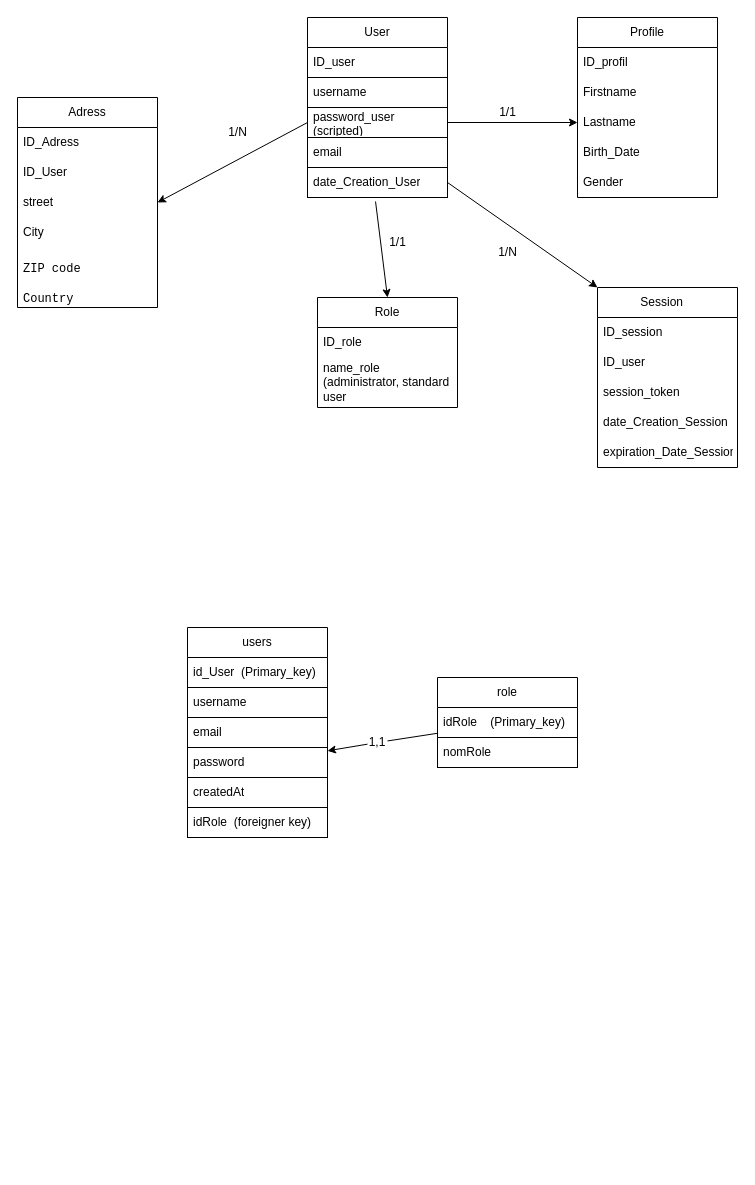
The draw.io diagram mcdCompte.drawio in TimotheeCresson/Projet-Crochet, before the edit. Source tidied: cells renumbered, new cells numbered last; positions are measured from the earlier drawing's top-left corner, leaving out a move shared by most shapes. Both pictures are drawn from the tidied source at 100%, with x=0, y=0 at pixel (17, 17).
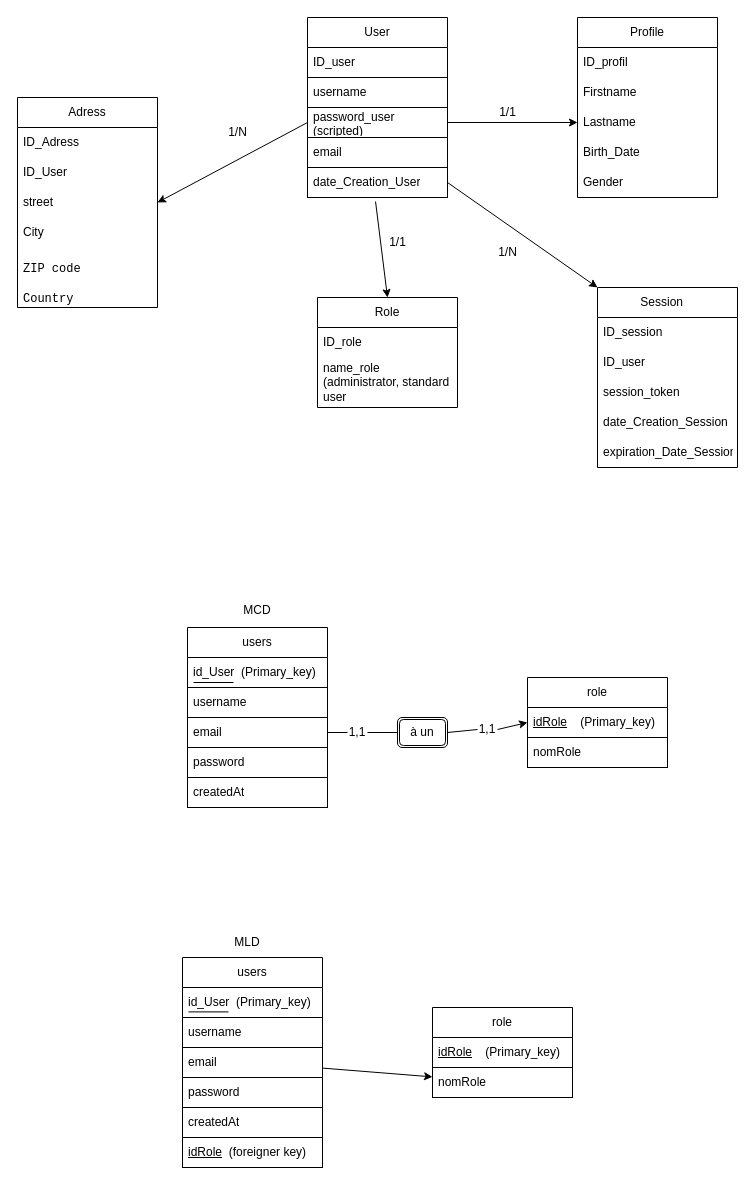
The same page after the edit.

The change refers to these unchanged cells:
```xml
<mxCell id="38" value="users" style="swimlane;fontStyle=0;horizontal=1;startSize=30;whiteSpace=wrap;html=1;" parent="1" vertex="1">
  <mxGeometry x="170" y="610" width="140" height="180" as="geometry" />
</mxCell>
<mxCell id="41" value="email" style="text;strokeColor=default;fillColor=none;align=left;verticalAlign=middle;spacingLeft=4;spacingRight=4;overflow=hidden;points=[[0,0.5],[1,0.5]];portConstraint=eastwest;whiteSpace=wrap;html=1;" parent="38" vertex="1">
  <mxGeometry y="90" width="140" height="30" as="geometry" />
</mxCell>
<mxCell id="42" value="password" style="text;strokeColor=default;fillColor=none;align=left;verticalAlign=middle;spacingLeft=4;spacingRight=4;overflow=hidden;points=[[0,0.5],[1,0.5]];portConstraint=eastwest;whiteSpace=wrap;html=1;" parent="38" vertex="1">
  <mxGeometry y="120" width="140" height="30" as="geometry" />
</mxCell>
```

What changed in the source:
```diff
@@
+    <mxCell id="51" style="endArrow=none;html=1;" parent="38" edge="1">
+      <mxGeometry relative="1" as="geometry">
+        <mxPoint x="6" y="55" as="sourcePoint" />
+        <mxPoint x="46" y="55" as="targetPoint" />
+      </mxGeometry>
+    </mxCell>
@@
-    <mxCell id="44" value="idRole&amp;nbsp; (foreigner key)" style="text;strokeColor=default;fillColor=none;align=left;verticalAlign=middle;spacingLeft=4;spacingRight=4;overflow=hidden;whiteSpace=wrap;html=1;" parent="1" vertex="1">
-      <mxGeometry x="170" y="790" width="140" height="30" as="geometry" />
-    </mxCell>
     <mxCell id="45" value="role" style="swimlane;fontStyle=0;horizontal=1;startSize=30;whiteSpace=wrap;html=1;" parent="1" vertex="1">
-      <mxGeometry x="420" y="660" width="140" height="90" as="geometry" />
+      <mxGeometry x="510" y="660" width="140" height="90" as="geometry" />
     </mxCell>
-    <mxCell id="46" value="idRole&amp;nbsp; &amp;nbsp;&amp;nbsp;(Primary_key)" style="text;strokeColor=none;fillColor=none;align=left;verticalAlign=middle;spacingLeft=4;spacingRight=4;overflow=hidden;points=[[0,0.5],[1,0.5]];portConstraint=eastwest;whiteSpace=wrap;html=1;" parent="45" vertex="1">
+    <mxCell id="46" value="&lt;u&gt;idRole&lt;/u&gt;&amp;nbsp; &amp;nbsp;&amp;nbsp;(Primary_key)" style="text;strokeColor=none;fillColor=none;align=left;verticalAlign=middle;spacingLeft=4;spacingRight=4;overflow=hidden;points=[[0,0.5],[1,0.5]];portConstraint=eastwest;whiteSpace=wrap;html=1;" parent="45" vertex="1">
       <mxGeometry y="30" width="140" height="30" as="geometry" />
     </mxCell>
@@
-    <mxCell id="48" style="edgeStyle=none;html=1;startArrow=none;" parent="1" edge="1" source="50" target="42">
-      <mxGeometry relative="1" as="geometry" />
-    </mxCell>
-    <mxCell id="49" style="edgeStyle=none;html=1;endArrow=none;" parent="1" edge="1" source="46" target="50">
-      <mxGeometry relative="1" as="geometry" />
-    </mxCell>
-    <mxCell id="50" value="1,1" style="text;strokeColor=none;align=center;fillColor=none;html=1;verticalAlign=middle;whiteSpace=wrap;rounded=0;" parent="1" vertex="1">
-      <mxGeometry x="350" y="710" width="20" height="30" as="geometry" />
-    </mxCell>
+    <mxCell id="52" value="users" style="swimlane;fontStyle=0;horizontal=1;startSize=30;whiteSpace=wrap;html=1;" parent="1" vertex="1">
+      <mxGeometry x="165" y="940" width="140" height="180" as="geometry" />
+    </mxCell>
+    <mxCell id="53" value="id_User&amp;nbsp; (Primary_key)" style="text;strokeColor=none;fillColor=none;align=left;verticalAlign=middle;spacingLeft=4;spacingRight=4;overflow=hidden;whiteSpace=wrap;html=1;" parent="52" vertex="1">
+      <mxGeometry y="30" width="140" height="30" as="geometry" />
+    </mxCell>
+    <mxCell id="54" style="endArrow=none;html=1;" parent="52" edge="1">
+      <mxGeometry relative="1" as="geometry">
+        <mxPoint x="6" y="54.4" as="sourcePoint" />
+        <mxPoint x="46" y="54.4" as="targetPoint" />
+      </mxGeometry>
+    </mxCell>
+    <mxCell id="55" value="username&lt;br&gt;" style="text;strokeColor=default;fillColor=none;align=left;verticalAlign=middle;spacingLeft=4;spacingRight=4;overflow=hidden;whiteSpace=wrap;html=1;" parent="52" vertex="1">
+      <mxGeometry y="60" width="140" height="30" as="geometry" />
+    </mxCell>
+    <mxCell id="56" value="email" style="text;strokeColor=default;fillColor=none;align=left;verticalAlign=middle;spacingLeft=4;spacingRight=4;overflow=hidden;points=[[0,0.5],[1,0.5]];portConstraint=eastwest;whiteSpace=wrap;html=1;" parent="52" vertex="1">
+      <mxGeometry y="90" width="140" height="30" as="geometry" />
+    </mxCell>
+    <mxCell id="57" value="password" style="text;strokeColor=default;fillColor=none;align=left;verticalAlign=middle;spacingLeft=4;spacingRight=4;overflow=hidden;whiteSpace=wrap;html=1;" parent="52" vertex="1">
+      <mxGeometry y="120" width="140" height="30" as="geometry" />
+    </mxCell>
+    <mxCell id="58" value="createdAt" style="text;strokeColor=default;fillColor=none;align=left;verticalAlign=middle;spacingLeft=4;spacingRight=4;overflow=hidden;whiteSpace=wrap;html=1;" parent="52" vertex="1">
+      <mxGeometry y="150" width="140" height="30" as="geometry" />
+    </mxCell>
+    <mxCell id="44" value="&lt;u&gt;idRole&lt;/u&gt;&amp;nbsp; (foreigner key)" style="text;strokeColor=default;fillColor=none;align=left;verticalAlign=middle;spacingLeft=4;spacingRight=4;overflow=hidden;whiteSpace=wrap;html=1;" parent="1" vertex="1">
+      <mxGeometry x="165" y="1120" width="140" height="30" as="geometry" />
+    </mxCell>
+    <mxCell id="59" value="role" style="swimlane;fontStyle=0;horizontal=1;startSize=30;whiteSpace=wrap;html=1;" parent="1" vertex="1">
+      <mxGeometry x="415" y="990" width="140" height="90" as="geometry" />
+    </mxCell>
+    <mxCell id="60" value="&lt;u&gt;idRole&lt;/u&gt;&amp;nbsp; &amp;nbsp;&amp;nbsp;(Primary_key)" style="text;strokeColor=none;fillColor=none;align=left;verticalAlign=middle;spacingLeft=4;spacingRight=4;overflow=hidden;whiteSpace=wrap;html=1;" parent="59" vertex="1">
+      <mxGeometry y="30" width="140" height="30" as="geometry" />
+    </mxCell>
+    <mxCell id="61" value="nomRole" style="text;strokeColor=default;fillColor=none;align=left;verticalAlign=middle;spacingLeft=4;spacingRight=4;overflow=hidden;points=[[0,0.5],[1,0.5]];portConstraint=eastwest;whiteSpace=wrap;html=1;" parent="59" vertex="1">
+      <mxGeometry y="60" width="140" height="30" as="geometry" />
+    </mxCell>
+    <mxCell id="62" style="edgeStyle=none;html=1;" parent="1" edge="1" source="56" target="61">
+      <mxGeometry relative="1" as="geometry" />
+    </mxCell>
+    <mxCell id="63" value="MLD" style="text;strokeColor=none;align=center;fillColor=none;html=1;verticalAlign=middle;whiteSpace=wrap;rounded=0;" parent="1" vertex="1">
+      <mxGeometry x="200" y="910" width="60" height="30" as="geometry" />
+    </mxCell>
+    <mxCell id="64" style="edgeStyle=none;html=1;exitX=1;exitY=0.5;exitDx=0;exitDy=0;entryX=0;entryY=0.5;entryDx=0;entryDy=0;startArrow=none;" parent="1" edge="1" source="70" target="46">
+      <mxGeometry relative="1" as="geometry" />
+    </mxCell>
+    <mxCell id="65" style="edgeStyle=none;html=1;exitX=1;exitY=0.5;exitDx=0;exitDy=0;entryX=0;entryY=0.5;entryDx=0;entryDy=0;endArrow=none;" parent="1" edge="1" source="41" target="66">
+      <mxGeometry relative="1" as="geometry" />
+    </mxCell>
+    <mxCell id="66" value="1,1" style="text;strokeColor=none;align=center;fillColor=none;html=1;verticalAlign=middle;whiteSpace=wrap;rounded=0;" parent="1" vertex="1">
+      <mxGeometry x="330" y="700" width="20" height="30" as="geometry" />
+    </mxCell>
+    <mxCell id="67" style="edgeStyle=none;html=1;exitX=1;exitY=0.5;exitDx=0;exitDy=0;entryX=0;entryY=0.5;entryDx=0;entryDy=0;startArrow=none;endArrow=none;" parent="1" edge="1" source="66" target="68">
+      <mxGeometry relative="1" as="geometry" />
+    </mxCell>
+    <mxCell id="68" value="à un" style="shape=ext;double=1;rounded=1;whiteSpace=wrap;html=1;" parent="1" vertex="1">
+      <mxGeometry x="380" y="700" width="50" height="30" as="geometry" />
+    </mxCell>
+    <mxCell id="69" style="edgeStyle=none;html=1;exitX=1;exitY=0.5;exitDx=0;exitDy=0;entryX=0;entryY=0.5;entryDx=0;entryDy=0;startArrow=none;endArrow=none;" parent="1" edge="1" source="68" target="70">
+      <mxGeometry relative="1" as="geometry" />
+    </mxCell>
+    <mxCell id="70" value="1,1" style="text;strokeColor=none;align=center;fillColor=none;html=1;verticalAlign=middle;whiteSpace=wrap;rounded=0;" parent="1" vertex="1">
+      <mxGeometry x="460" y="697" width="20" height="30" as="geometry" />
+    </mxCell>
+    <mxCell id="71" value="MCD" style="text;strokeColor=none;align=center;fillColor=none;html=1;verticalAlign=middle;whiteSpace=wrap;rounded=0;" parent="1" vertex="1">
+      <mxGeometry x="210" y="578" width="60" height="30" as="geometry" />
+    </mxCell>
```
